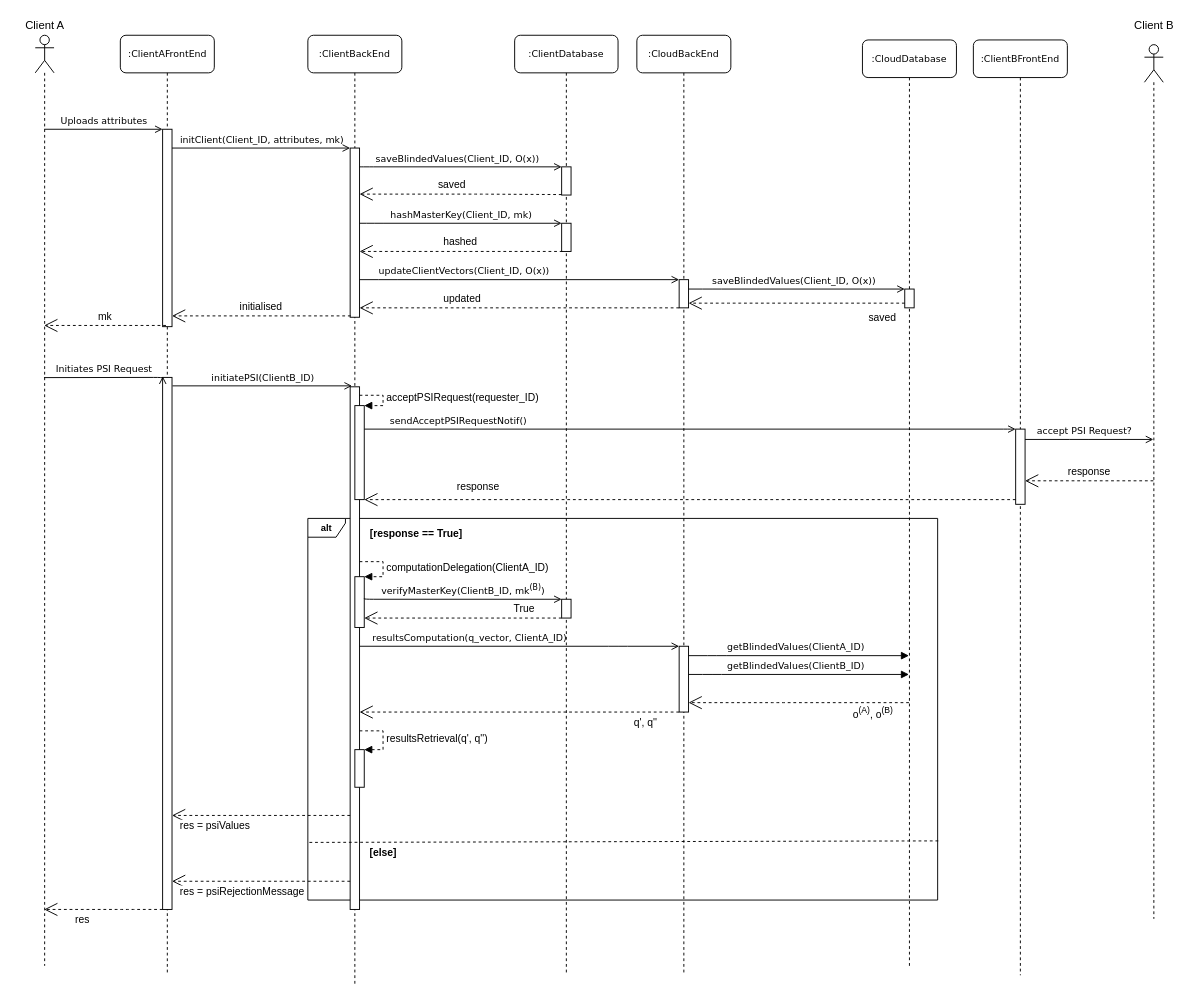
Earlier version of the draw.io diagram SequenceDiagram.drawio (vincentwong2188/Improved-EOPSI). Source tidied: cells renumbered, new cells numbered last; positions are measured from the earlier drawing's top-left corner, leaving out a move shared by most shapes. Both pictures are drawn from the tidied source at 94%, with x=0, y=0 at pixel (16, 16).
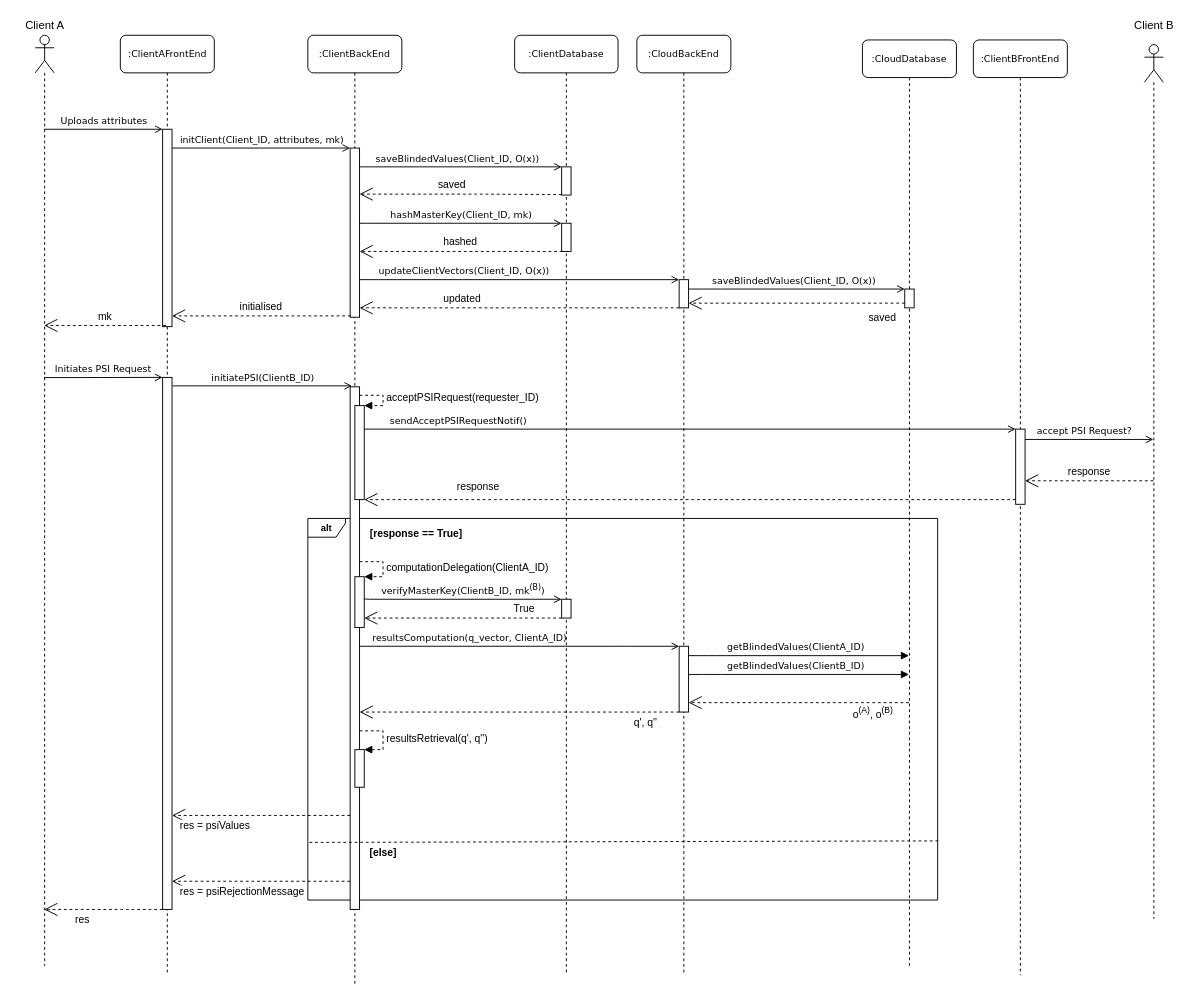
The same diagram, later.

Commit message:
added sequence diagram

The change refers to these unchanged cells:
```xml
<mxCell id="5" style="html=1;points=[];perimeter=orthogonalPerimeter;" parent="3" vertex="1">
  <mxGeometry x="45" y="364" width="10" height="566" as="geometry" />
</mxCell>
```

Diff of the diagram source:
```diff
@@
-    <mxCell id="23" value="&lt;span style=&quot;font-size: 10px&quot;&gt;Initiates PSI Request&lt;/span&gt;" style="html=1;verticalAlign=bottom;endArrow=open;entryX=0.012;entryY=-0.002;labelBackgroundColor=none;fontFamily=Verdana;fontSize=12;edgeStyle=elbowEdgeStyle;elbow=vertical;endFill=0;entryDx=0;entryDy=0;entryPerimeter=0;" parent="1" edge="1" target="5">
+    <mxCell id="23" value="&lt;span style=&quot;font-size: 10px&quot;&gt;Initiates PSI Request&lt;/span&gt;" style="html=1;verticalAlign=bottom;endArrow=open;labelBackgroundColor=none;fontFamily=Verdana;fontSize=12;edgeStyle=elbowEdgeStyle;elbow=vertical;endFill=0;" parent="1" edge="1" target="5">
       <mxGeometry relative="1" as="geometry">
         <mxPoint x="29.3" y="384.2" as="sourcePoint" />
       </mxGeometry>
     </mxCell>
```
